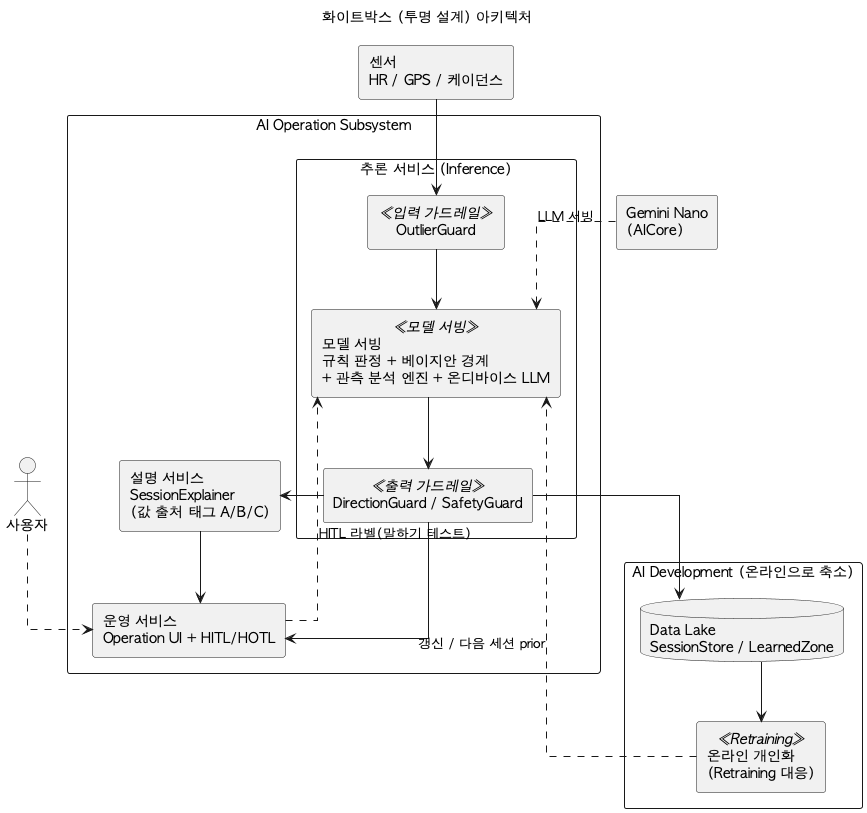
Before: arch/diagrams/02b-component-cnc-simple.png, a diagram exported from PlantUML (tenyearslove/zone2runner).
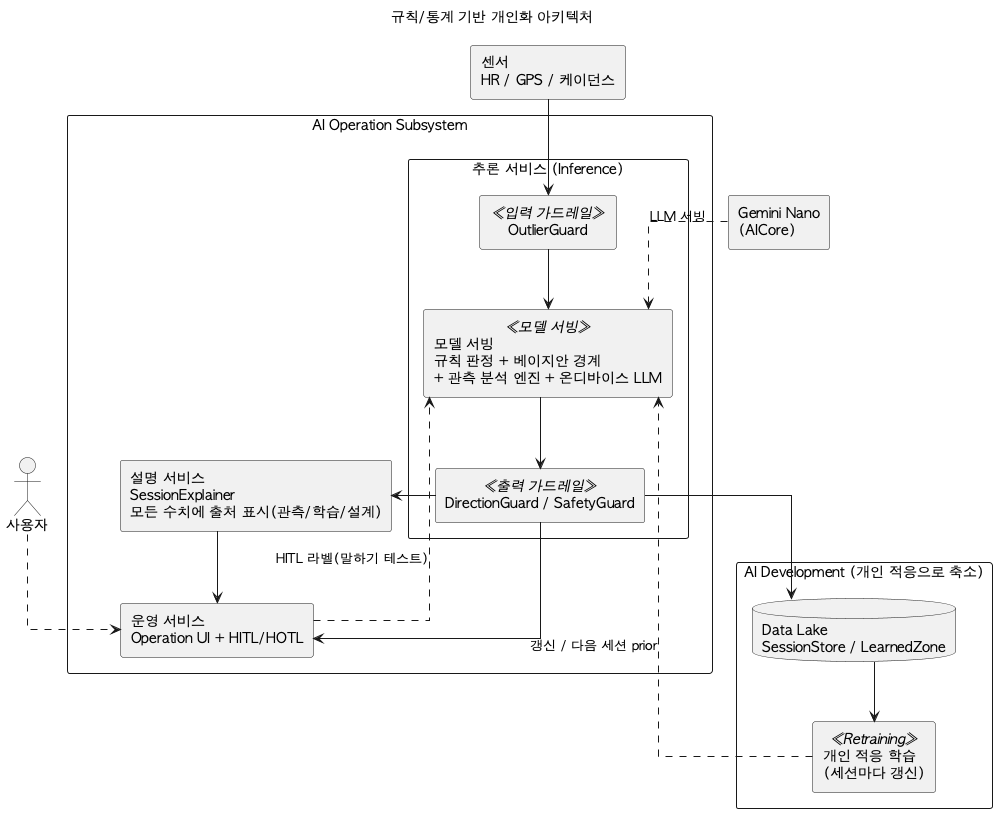
After the change.

Commit message:
docs(arch): 아키텍처 이름 확정(규칙/통계 기반 개인화 vs 사전학습 블랙박스) + 라벨 정리

Diff of the diagram source:
```diff
@@ -1,5 +1,5 @@
 @startuml
-title 화이트박스 (투명 설계) 아키텍처
+title 규칙/통계 기반 개인화 아키텍처
 skinparam defaultFontName "AppleGothic"
 skinparam componentStyle rectangle
 skinparam shadowing false
@@ -18,13 +18,13 @@
     IG --> SERVE
     SERVE --> OG
   }
-  component "설명 서비스\nSessionExplainer\n(값 출처 태그 A/B/C)" as EXP
+  component "설명 서비스\nSessionExplainer\n모든 수치에 출처 표시(관측/학습/설계)" as EXP
   component "운영 서비스\nOperation UI + HITL/HOTL" as OPS
 }
 
-package "AI Development (온라인으로 축소)" as DEV {
+package "AI Development (개인 적응으로 축소)" as DEV {
   database "Data Lake\nSessionStore / LearnedZone" as DL
-  component "온라인 개인화\n(Retraining 대응)" <<Retraining>> as AD
+  component "개인 적응 학습\n(세션마다 갱신)" <<Retraining>> as AD
 }
 
 Sensors --> IG
```
